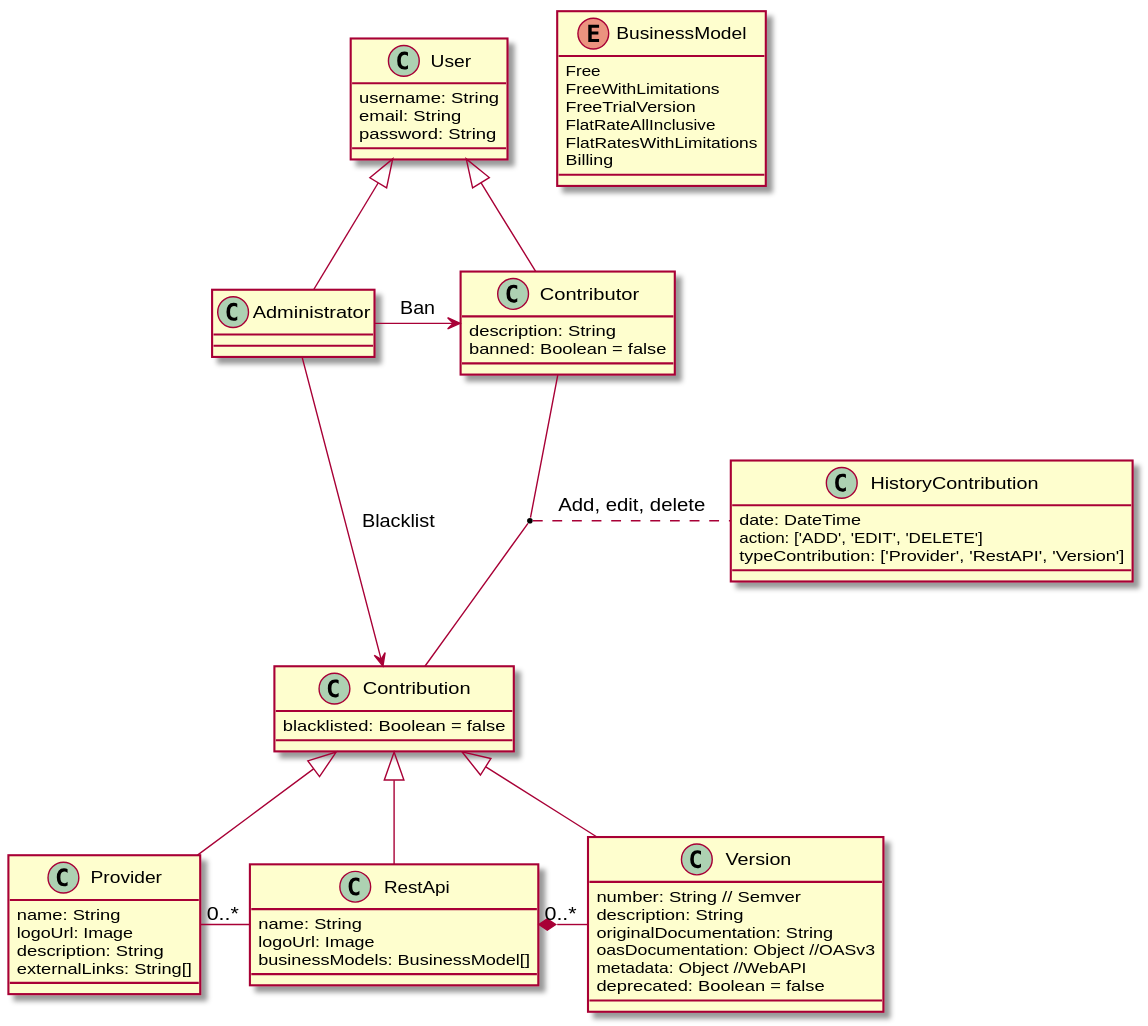
The PlantUML diagram doc/DC APIs Repositorio.svg in tonen100/TFM_API_RepositorioServiciosWebEnriquecidos, before a commit.
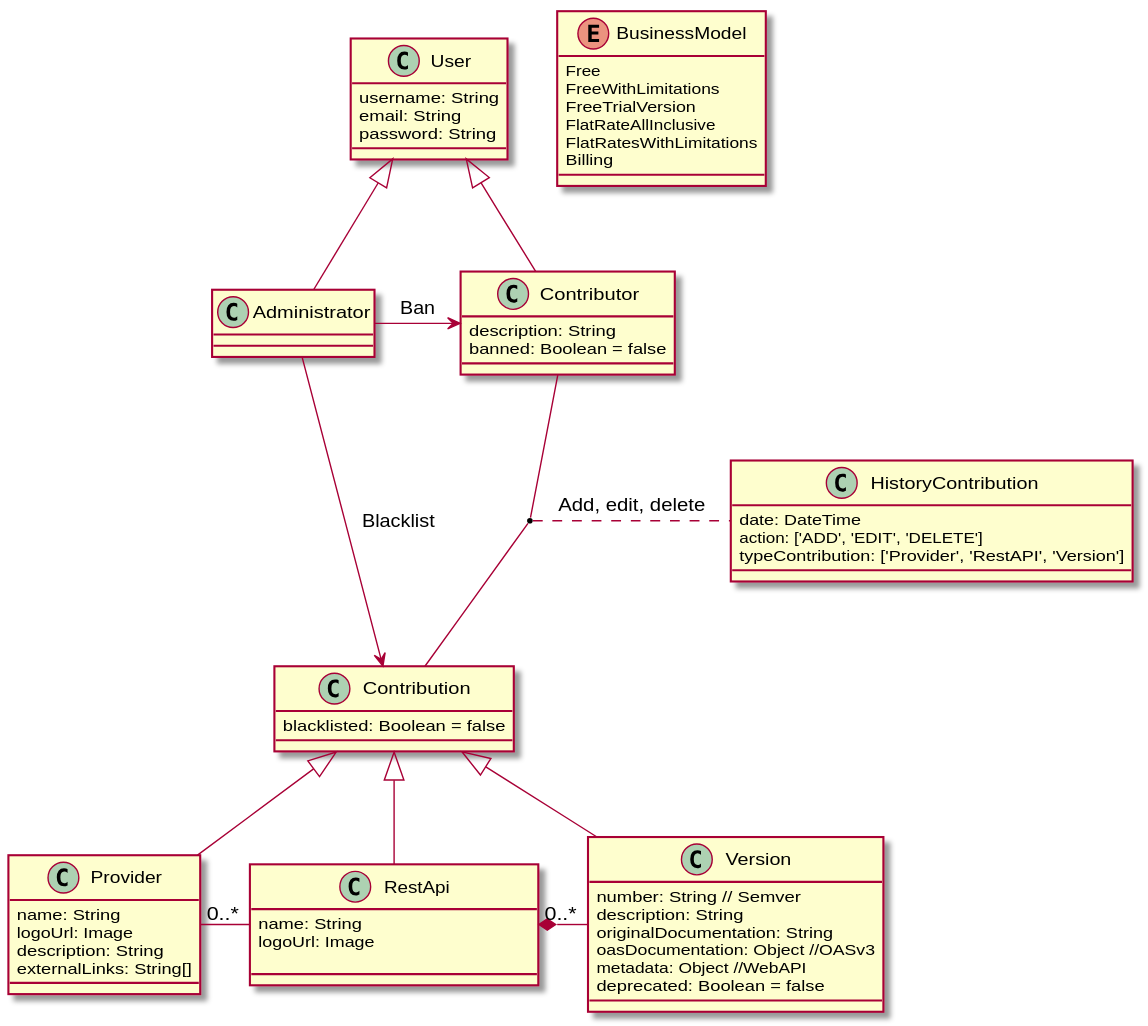
After the change.

The edit, as a diff of the source:
```diff
@@ -18,7 +18,6 @@
 class RestApi {
    name: String
    logoUrl: Image
-   businessModels: BusinessModel[]
 }
 
 class Version {
```
